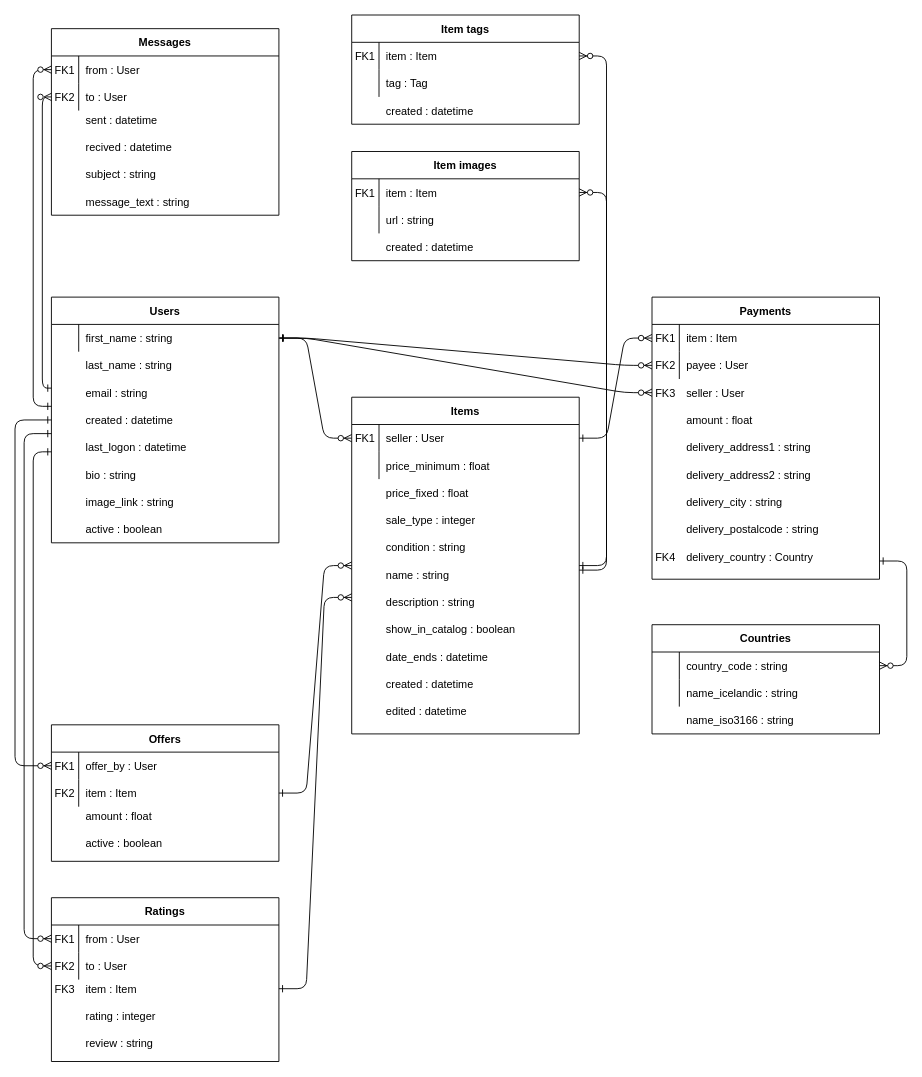
The draw.io diagram UML/ER FireSale.drawio in andriy21p/eCommerce_website, before the edit. Source tidied: cells renumbered, new cells numbered last; positions are measured from the earlier drawing's top-left corner, leaving out a move shared by most shapes. Both pictures are drawn from the tidied source at 91%, with x=0, y=0 at pixel (15, 15).
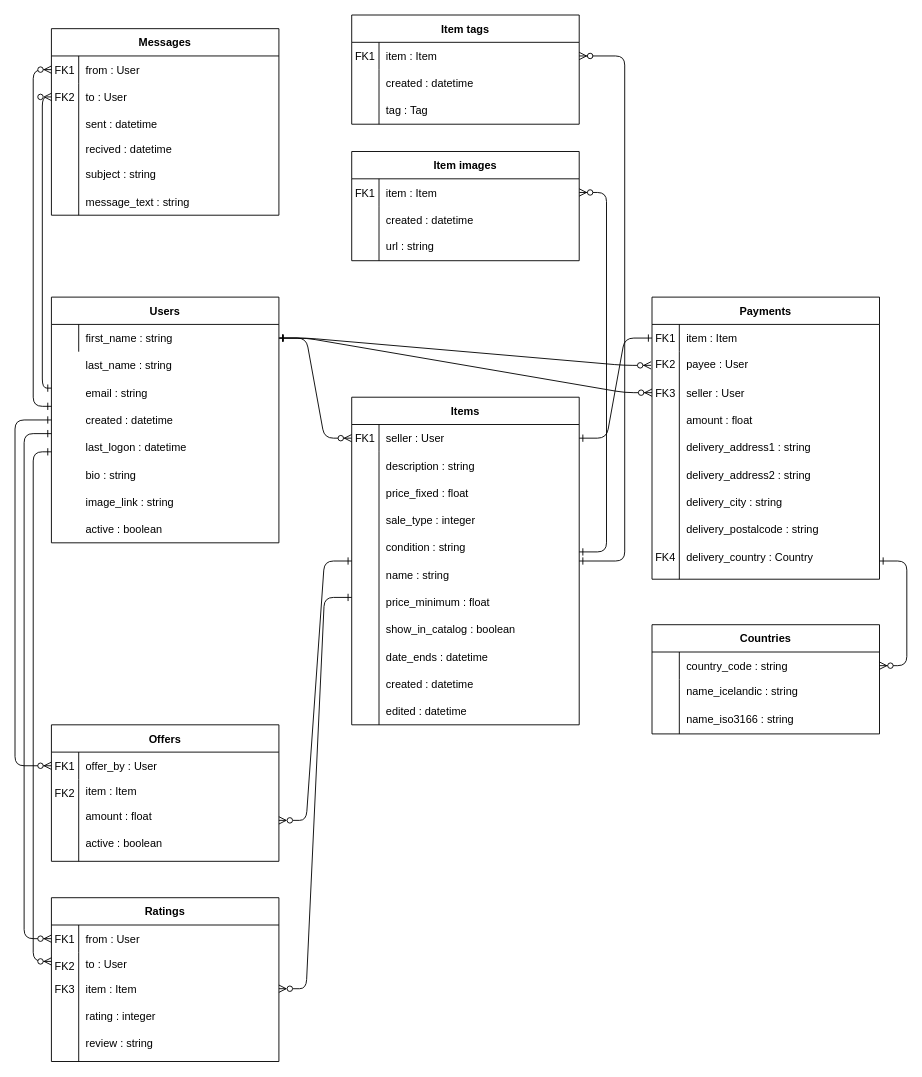
The same diagram, later.

Commit message:
Database diagram taka 2

Unchanged cells that the change refers to:
```xml
<mxCell id="5" style="shape=partialRectangle;fillColor=none;points=[[0,0.5],[1,0.5]];portConstraint=eastwest;top=0;left=0;right=0;bottom=0;" parent="4" vertex="1">
  <mxGeometry y="30" width="250" height="30" as="geometry" />
</mxCell>
<mxCell id="11" value="Payments" style="shape=table;startSize=30;childLayout=tableLayout;rowLines=0;fontStyle=1;align=center;" parent="1" vertex="1">
  <mxGeometry x="700" y="310" width="250" height="310" as="geometry" />
</mxCell>
<mxCell id="12" style="shape=partialRectangle;fillColor=none;points=[[0,0.5],[1,0.5]];portConstraint=eastwest;top=0;left=0;right=0;bottom=0;" parent="11" vertex="1">
  <mxGeometry y="30" width="250" height="30" as="geometry" />
</mxCell>
<mxCell id="48" value="Countries" style="shape=table;startSize=30;childLayout=tableLayout;rowLines=0;fontStyle=1;align=center;" parent="1" vertex="1">
  <mxGeometry x="700" y="670" width="250" height="120" as="geometry" />
</mxCell>
<mxCell id="59" value="Item tags" style="shape=table;startSize=30;childLayout=tableLayout;rowLines=0;fontStyle=1;align=center;" parent="1" vertex="1">
  <mxGeometry x="370" width="250" height="120" as="geometry" />
</mxCell>
<mxCell id="60" style="shape=partialRectangle;fillColor=none;points=[[0,0.5],[1,0.5]];portConstraint=eastwest;top=0;left=0;right=0;bottom=0;" parent="59" vertex="1">
  <mxGeometry y="30" width="250" height="30" as="geometry" />
</mxCell>
<mxCell id="69" value="Offers" style="shape=table;startSize=30;childLayout=tableLayout;rowLines=0;fontStyle=1;align=center;" parent="1" vertex="1">
  <mxGeometry x="40" y="780" width="250" height="150" as="geometry" />
</mxCell>
<mxCell id="84" value="Item images" style="shape=table;startSize=30;childLayout=tableLayout;rowLines=0;fontStyle=1;align=center;" parent="1" vertex="1">
  <mxGeometry x="370" y="150" width="250" height="120" as="geometry" />
</mxCell>
<mxCell id="85" style="shape=partialRectangle;fillColor=none;points=[[0,0.5],[1,0.5]];portConstraint=eastwest;top=0;left=0;right=0;bottom=0;" parent="84" vertex="1">
  <mxGeometry y="30" width="250" height="30" as="geometry" />
</mxCell>
<mxCell id="95" value="Ratings" style="shape=table;startSize=30;childLayout=tableLayout;rowLines=0;fontStyle=1;align=center;" parent="1" vertex="1">
  <mxGeometry x="40" y="970" width="250" height="180" as="geometry" />
</mxCell>
<mxCell id="111" value="Messages" style="shape=table;startSize=30;childLayout=tableLayout;rowLines=0;fontStyle=1;align=center;" parent="1" vertex="1">
  <mxGeometry x="40" y="15" width="250" height="205" as="geometry" />
</mxCell>
```

What changed in the source:
```diff
@@
-    <mxCell id="3" style="edgeStyle=entityRelationEdgeStyle;endArrow=ERzeroToMany;startArrow=ERone;endFill=1;startFill=0;exitX=1;exitY=0.5;exitDx=0;exitDy=0;" parent="1" edge="1" source="5" target="12">
+    <mxCell id="3" style="edgeStyle=entityRelationEdgeStyle;endArrow=ERone;startArrow=ERone;endFill=0;startFill=0;exitX=1;exitY=0.5;exitDx=0;exitDy=0;" parent="1" edge="1" source="5" target="12">
       <mxGeometry relative="1" as="geometry" />
     </mxCell>
     <mxCell id="4" value="Items" style="shape=table;startSize=30;childLayout=tableLayout;rowLines=0;fontStyle=1;align=center;" parent="1" vertex="1">
-      <mxGeometry x="370" y="420" width="250" height="370" as="geometry" />
+      <mxGeometry x="370" y="420" width="250" height="360" as="geometry" />
     </mxCell>
@@
     <mxCell id="8" style="shape=partialRectangle;fillColor=none;top=0;left=0;right=0;bottom=0;" parent="4" vertex="1">
-      <mxGeometry y="60" width="250" height="30" as="geometry" />
+      <mxGeometry y="60" width="250" height="300" as="geometry" />
     </mxCell>
     <mxCell id="9" style="shape=partialRectangle;overflow=hidden;fillColor=none;top=0;left=0;bottom=0;right=0;" parent="8" vertex="1">
-      <mxGeometry width="30" height="30" as="geometry" />
+      <mxGeometry width="30" height="300" as="geometry" />
     </mxCell>
-    <mxCell id="10" value="price_minimum : float" style="shape=partialRectangle;overflow=hidden;fillColor=none;top=0;left=0;bottom=0;right=0;align=left;spacingLeft=6;" parent="8" vertex="1">
-      <mxGeometry x="30" width="220" height="30" as="geometry" />
+    <mxCell id="10" style="shape=partialRectangle;overflow=hidden;fillColor=none;top=0;left=0;bottom=0;right=0;align=left;spacingLeft=6;" parent="8" vertex="1">
+      <mxGeometry x="30" width="220" height="300" as="geometry" />
     </mxCell>
@@
     <mxCell id="15" style="shape=partialRectangle;fillColor=none;points=[[0,0.5],[1,0.5]];portConstraint=eastwest;top=0;left=0;right=0;bottom=0;" parent="11" vertex="1">
-      <mxGeometry y="60" width="250" height="30" as="geometry" />
+      <mxGeometry y="60" width="250" height="250" as="geometry" />
     </mxCell>
-    <mxCell id="16" value="FK2" style="shape=partialRectangle;overflow=hidden;fillColor=none;top=0;left=0;bottom=0;right=0;" parent="15" vertex="1">
-      <mxGeometry width="30" height="30" as="geometry" />
+    <mxCell id="16" value="FK2" style="shape=partialRectangle;overflow=hidden;fillColor=none;top=0;left=0;bottom=0;right=0;verticalAlign=top;" parent="15" vertex="1">
+      <mxGeometry width="30" height="250" as="geometry" />
     </mxCell>
-    <mxCell id="17" value="payee : User" style="shape=partialRectangle;overflow=hidden;fillColor=none;top=0;left=0;bottom=0;right=0;align=left;spacingLeft=6;" parent="15" vertex="1">
-      <mxGeometry x="30" width="220" height="30" as="geometry" />
+    <mxCell id="17" value="payee : User" style="shape=partialRectangle;overflow=hidden;fillColor=none;top=0;left=0;bottom=0;right=0;align=left;spacingLeft=6;verticalAlign=top;" parent="15" vertex="1">
+      <mxGeometry x="30" width="220" height="250" as="geometry" />
     </mxCell>
@@
     <mxCell id="33" value="description : string" style="shape=partialRectangle;overflow=hidden;fillColor=none;top=0;left=0;bottom=0;right=0;align=left;spacingLeft=6;" parent="1" vertex="1">
-      <mxGeometry x="400" y="630" width="220" height="30" as="geometry" />
+      <mxGeometry x="400" y="480" width="220" height="30" as="geometry" />
     </mxCell>
@@
-    <mxCell id="46" style="edgeStyle=entityRelationEdgeStyle;endArrow=ERzeroToMany;startArrow=ERone;endFill=1;startFill=0;" parent="1" edge="1" target="15">
+    <mxCell id="46" style="edgeStyle=entityRelationEdgeStyle;endArrow=ERzeroToMany;startArrow=ERone;endFill=1;startFill=0;entryX=-0.004;entryY=0.06;entryDx=0;entryDy=0;entryPerimeter=0;" parent="1" edge="1" target="15">
       <mxGeometry relative="1" as="geometry">
         <mxPoint x="291" y="355" as="sourcePoint" />
       </mxGeometry>
     </mxCell>
@@
     <mxCell id="52" style="shape=partialRectangle;fillColor=none;top=0;left=0;right=0;bottom=0;" parent="48" vertex="1">
-      <mxGeometry y="60" width="250" height="30" as="geometry" />
+      <mxGeometry y="60" width="250" height="60" as="geometry" />
     </mxCell>
     <mxCell id="53" style="shape=partialRectangle;overflow=hidden;fillColor=none;top=0;left=0;bottom=0;right=0;" parent="52" vertex="1">
-      <mxGeometry width="30" height="30" as="geometry" />
+      <mxGeometry width="30" height="60" as="geometry" />
     </mxCell>
-    <mxCell id="54" value="name_icelandic : string" style="shape=partialRectangle;overflow=hidden;fillColor=none;top=0;left=0;bottom=0;right=0;align=left;spacingLeft=6;" parent="52" vertex="1">
-      <mxGeometry x="30" width="220" height="30" as="geometry" />
+    <mxCell id="54" value="name_icelandic : string" style="shape=partialRectangle;overflow=hidden;fillColor=none;top=0;left=0;bottom=0;right=0;align=left;spacingLeft=6;verticalAlign=top;" parent="52" vertex="1">
+      <mxGeometry x="30" width="220" height="60" as="geometry" />
     </mxCell>
     <mxCell id="55" value="name_iso3166 : string" style="shape=partialRectangle;overflow=hidden;fillColor=none;top=0;left=0;bottom=0;right=0;align=left;spacingLeft=6;" parent="1" vertex="1">
-      <mxGeometry x="730" y="760" width="220" height="30" as="geometry" />
+      <mxGeometry x="730" y="758" width="220" height="30" as="geometry" />
     </mxCell>
@@
     <mxCell id="63" style="shape=partialRectangle;fillColor=none;top=0;left=0;right=0;bottom=0;" parent="59" vertex="1">
-      <mxGeometry y="60" width="250" height="30" as="geometry" />
+      <mxGeometry y="60" width="250" height="60" as="geometry" />
     </mxCell>
     <mxCell id="64" style="shape=partialRectangle;overflow=hidden;fillColor=none;top=0;left=0;bottom=0;right=0;" parent="63" vertex="1">
-      <mxGeometry width="30" height="30" as="geometry" />
+      <mxGeometry width="30" height="60" as="geometry" />
     </mxCell>
-    <mxCell id="65" value="tag : Tag" style="shape=partialRectangle;overflow=hidden;fillColor=none;top=0;left=0;bottom=0;right=0;align=left;spacingLeft=6;" parent="63" vertex="1">
-      <mxGeometry x="30" width="220" height="30" as="geometry" />
+    <mxCell id="65" value="&#10;&#10;tag : Tag" style="shape=partialRectangle;overflow=hidden;fillColor=none;top=0;left=0;bottom=0;right=0;align=left;spacingLeft=6;" parent="63" vertex="1">
+      <mxGeometry x="30" width="220" height="60" as="geometry" />
     </mxCell>
     <mxCell id="66" value="created : datetime" style="shape=partialRectangle;overflow=hidden;fillColor=none;top=0;left=0;bottom=0;right=0;align=left;spacingLeft=6;" parent="1" vertex="1">
-      <mxGeometry x="400" y="90" width="220" height="30" as="geometry" />
+      <mxGeometry x="400" y="60" width="220" height="30" as="geometry" />
     </mxCell>
@@
-    <mxCell id="68" style="edgeStyle=entityRelationEdgeStyle;endArrow=ERzeroToMany;startArrow=ERone;endFill=1;startFill=0;" parent="1" edge="1" source="4" target="60">
-      <mxGeometry relative="1" as="geometry" />
+    <mxCell id="68" style="edgeStyle=elbowEdgeStyle;endArrow=ERzeroToMany;startArrow=ERone;endFill=1;startFill=0;" parent="1" edge="1" source="4" target="60">
+      <mxGeometry relative="1" as="geometry">
+        <Array as="points">
+          <mxPoint x="670" y="260" />
+        </Array>
+      </mxGeometry>
     </mxCell>
@@
     <mxCell id="73" style="shape=partialRectangle;fillColor=none;points=[[0,0.5],[1,0.5]];portConstraint=eastwest;top=0;left=0;right=0;bottom=0;" parent="69" vertex="1">
-      <mxGeometry y="60" width="250" height="30" as="geometry" />
+      <mxGeometry y="60" width="250" height="90" as="geometry" />
     </mxCell>
     <mxCell id="74" style="shape=partialRectangle;overflow=hidden;fillColor=none;top=0;left=0;bottom=0;right=0;" parent="73" vertex="1">
-      <mxGeometry width="30" height="30" as="geometry" />
+      <mxGeometry width="30" height="90" as="geometry" />
     </mxCell>
-    <mxCell id="75" value="item : Item" style="shape=partialRectangle;overflow=hidden;fillColor=none;top=0;left=0;bottom=0;right=0;align=left;spacingLeft=6;" parent="73" vertex="1">
-      <mxGeometry x="30" width="220" height="30" as="geometry" />
+    <mxCell id="75" value="item : Item" style="shape=partialRectangle;overflow=hidden;fillColor=none;top=0;left=0;bottom=0;right=0;align=left;spacingLeft=6;verticalAlign=top;" parent="73" vertex="1">
+      <mxGeometry x="30" width="220" height="90" as="geometry" />
     </mxCell>
@@
-    <mxCell id="82" style="edgeStyle=entityRelationEdgeStyle;endArrow=ERzeroToMany;startArrow=ERone;endFill=1;startFill=0;" parent="1" edge="1" source="73" target="4">
+    <mxCell id="82" style="edgeStyle=entityRelationEdgeStyle;endArrow=ERone;startArrow=ERzeroToMany;endFill=0;startFill=0;" parent="1" edge="1" source="73" target="4">
       <mxGeometry relative="1" as="geometry" />
     </mxCell>
@@
     <mxCell id="88" style="shape=partialRectangle;fillColor=none;top=0;left=0;right=0;bottom=0;" parent="84" vertex="1">
-      <mxGeometry y="60" width="250" height="30" as="geometry" />
+      <mxGeometry y="60" width="250" height="60" as="geometry" />
     </mxCell>
     <mxCell id="89" style="shape=partialRectangle;overflow=hidden;fillColor=none;top=0;left=0;bottom=0;right=0;" parent="88" vertex="1">
-      <mxGeometry width="30" height="30" as="geometry" />
+      <mxGeometry width="30" height="60" as="geometry" />
     </mxCell>
-    <mxCell id="90" value="url : string" style="shape=partialRectangle;overflow=hidden;fillColor=none;top=0;left=0;bottom=0;right=0;align=left;spacingLeft=6;" parent="88" vertex="1">
-      <mxGeometry x="30" width="220" height="30" as="geometry" />
+    <mxCell id="90" value="&#10;&#10;url : string" style="shape=partialRectangle;overflow=hidden;fillColor=none;top=0;left=0;bottom=0;right=0;align=left;spacingLeft=6;" parent="88" vertex="1">
+      <mxGeometry x="30" width="220" height="60" as="geometry" />
     </mxCell>
     <mxCell id="91" value="created : datetime" style="shape=partialRectangle;overflow=hidden;fillColor=none;top=0;left=0;bottom=0;right=0;align=left;spacingLeft=6;" parent="1" vertex="1">
-      <mxGeometry x="400" y="240" width="220" height="30" as="geometry" />
+      <mxGeometry x="400" y="210" width="220" height="30" as="geometry" />
     </mxCell>
@@
     <mxCell id="94" style="edgeStyle=entityRelationEdgeStyle;endArrow=ERzeroToMany;startArrow=ERone;endFill=1;startFill=0;" parent="1" edge="1" target="85">
       <mxGeometry relative="1" as="geometry">
-        <mxPoint x="620" y="610" as="sourcePoint" />
+        <mxPoint x="620" y="590" as="sourcePoint" />
       </mxGeometry>
     </mxCell>
@@
     <mxCell id="99" style="shape=partialRectangle;fillColor=none;points=[[0,0.5],[1,0.5]];portConstraint=eastwest;top=0;left=0;right=0;bottom=0;" parent="95" vertex="1">
-      <mxGeometry y="60" width="250" height="30" as="geometry" />
+      <mxGeometry y="60" width="250" height="120" as="geometry" />
     </mxCell>
     <mxCell id="100" style="shape=partialRectangle;overflow=hidden;fillColor=none;top=0;left=0;bottom=0;right=0;" parent="99" vertex="1">
-      <mxGeometry width="30" height="30" as="geometry" />
+      <mxGeometry width="30" height="120" as="geometry" />
     </mxCell>
-    <mxCell id="101" value="to : User" style="shape=partialRectangle;overflow=hidden;fillColor=none;top=0;left=0;bottom=0;right=0;align=left;spacingLeft=6;" parent="99" vertex="1">
-      <mxGeometry x="30" width="220" height="30" as="geometry" />
+    <mxCell id="101" value="to : User" style="shape=partialRectangle;overflow=hidden;fillColor=none;top=0;left=0;bottom=0;right=0;align=left;spacingLeft=6;verticalAlign=top;" parent="99" vertex="1">
+      <mxGeometry x="30" width="220" height="120" as="geometry" />
     </mxCell>
@@
-    <mxCell id="108" style="edgeStyle=entityRelationEdgeStyle;endArrow=ERzeroToMany;startArrow=ERone;endFill=1;startFill=0;" parent="1" edge="1">
+    <mxCell id="108" style="edgeStyle=entityRelationEdgeStyle;endArrow=ERone;startArrow=ERzeroToMany;endFill=0;startFill=0;" parent="1" edge="1">
       <mxGeometry relative="1" as="geometry">
         <mxPoint x="290" y="1070" as="sourcePoint" />
         <mxPoint x="370" y="640" as="targetPoint" />
       </mxGeometry>
     </mxCell>
@@
-    <mxCell id="110" style="endArrow=ERzeroToMany;startArrow=ERone;endFill=1;startFill=0;edgeStyle=elbowEdgeStyle;" parent="1" edge="1" target="99">
+    <mxCell id="110" style="endArrow=ERzeroToMany;startArrow=ERone;endFill=1;startFill=0;edgeStyle=elbowEdgeStyle;" parent="1" edge="1">
       <mxGeometry relative="1" as="geometry">
         <mxPoint x="40" y="480" as="sourcePoint" />
+        <mxPoint x="40" y="1040" as="targetPoint" />
         <Array as="points">
-          <mxPoint x="20" y="650" />
+          <mxPoint x="20" y="760" />
+          <mxPoint x="10" y="650" />
         </Array>
       </mxGeometry>
     </mxCell>
@@
     <mxCell id="115" style="shape=partialRectangle;fillColor=none;points=[[0,0.5],[1,0.5]];portConstraint=eastwest;top=0;left=0;right=0;bottom=0;" parent="111" vertex="1">
-      <mxGeometry y="60" width="250" height="30" as="geometry" />
+      <mxGeometry y="60" width="250" height="145" as="geometry" />
     </mxCell>
     <mxCell id="116" style="shape=partialRectangle;overflow=hidden;fillColor=none;top=0;left=0;bottom=0;right=0;" parent="115" vertex="1">
-      <mxGeometry width="30" height="30" as="geometry" />
+      <mxGeometry width="30" height="145" as="geometry" />
     </mxCell>
-    <mxCell id="117" value="to : User" style="shape=partialRectangle;overflow=hidden;fillColor=none;top=0;left=0;bottom=0;right=0;align=left;spacingLeft=6;" parent="115" vertex="1">
-      <mxGeometry x="30" width="220" height="30" as="geometry" />
+    <mxCell id="117" value="recived : datetime" style="shape=partialRectangle;overflow=hidden;fillColor=none;top=0;left=0;bottom=0;right=0;align=left;spacingLeft=6;" parent="115" vertex="1">
+      <mxGeometry x="30" width="220" height="145" as="geometry" />
     </mxCell>
     <mxCell id="118" value="sent : datetime" style="shape=partialRectangle;overflow=hidden;fillColor=none;top=0;left=0;bottom=0;right=0;align=left;spacingLeft=6;" parent="1" vertex="1">
-      <mxGeometry x="70" y="100" width="220" height="30" as="geometry" />
+      <mxGeometry x="70" y="105" width="220" height="30" as="geometry" />
     </mxCell>
-    <mxCell id="119" value="recived : datetime" style="shape=partialRectangle;overflow=hidden;fillColor=none;top=0;left=0;bottom=0;right=0;align=left;spacingLeft=6;" parent="1" vertex="1">
-      <mxGeometry x="70" y="130" width="220" height="30" as="geometry" />
-    </mxCell>
@@
-    <mxCell id="125" style="endArrow=ERzeroToMany;startArrow=ERone;endFill=1;startFill=0;edgeStyle=elbowEdgeStyle;" parent="1" edge="1" target="115">
+    <mxCell id="125" style="endArrow=ERzeroToMany;startArrow=ERone;endFill=1;startFill=0;edgeStyle=elbowEdgeStyle;" parent="1" edge="1">
       <mxGeometry relative="1" as="geometry">
         <mxPoint x="40" y="410" as="sourcePoint" />
+        <mxPoint x="40" y="90" as="targetPoint" />
         <Array as="points">
+          <mxPoint x="30" y="87" />
           <mxPoint x="30" y="660" />
         </Array>
       </mxGeometry>
     </mxCell>
+    <mxCell id="126" value="price_minimum : float" style="shape=partialRectangle;overflow=hidden;fillColor=none;top=0;left=0;bottom=0;right=0;align=left;spacingLeft=6;" parent="1" vertex="1">
+      <mxGeometry x="400" y="630" width="220" height="30" as="geometry" />
+    </mxCell>
+    <mxCell id="127" value="to : User" style="shape=partialRectangle;overflow=hidden;fillColor=none;top=0;left=0;bottom=0;right=0;align=left;spacingLeft=6;" parent="1" vertex="1">
+      <mxGeometry x="70" y="75" width="220" height="30" as="geometry" />
+    </mxCell>
```
